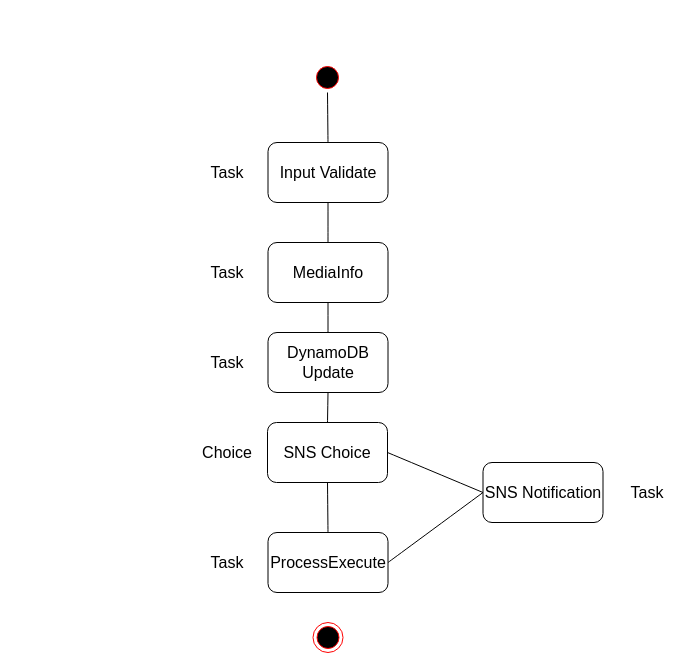
Earlier version of the draw.io diagram Ingest-Workflow.drawio (coderTechJordan/Networking). Source tidied: cells renumbered, new cells numbered last; positions are measured from the earlier drawing's top-left corner, leaving out a move shared by most shapes. Both pictures are drawn from the tidied source at 100%, with x=0, y=0 at pixel (197, 62).
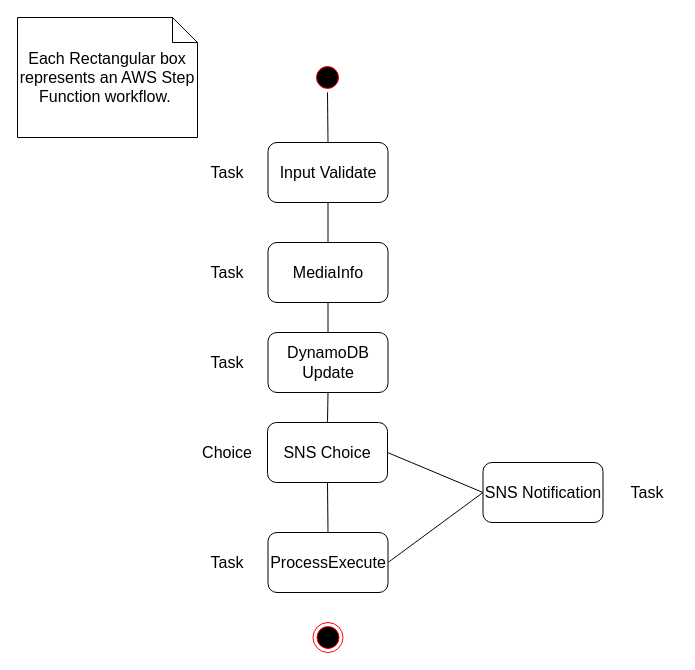
The same page after the edit.

Change to the diagram source:
```diff
@@
+    <mxCell id="23" value="Each Rectangular box represents an AWS Step Function workflow.&amp;nbsp;" style="shape=note2;boundedLbl=1;whiteSpace=wrap;html=1;size=25;verticalAlign=top;align=center;fontSize=16;" parent="1" vertex="1">
+      <mxGeometry x="-180" y="-45" width="180" height="120" as="geometry" />
+    </mxCell>
```
